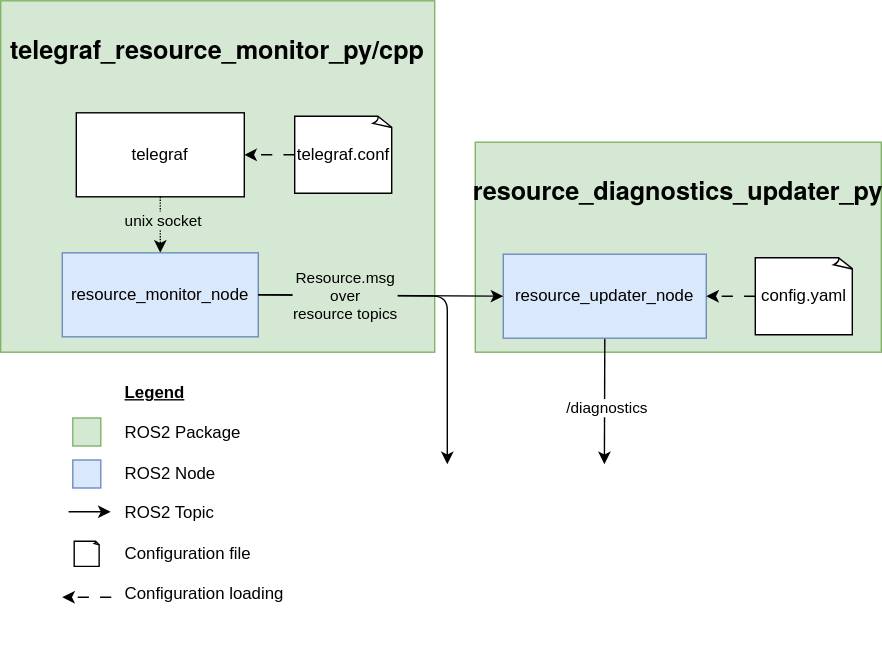
The draw.io diagram docs/images/architecture_diagram.drawio.svg in Bart-van-Ingen/telegraf_resource_monitor, before a commit. Source tidied: cells renumbered, new cells last; positions are measured from the earlier drawing's top-left corner, leaving out a move shared by most shapes. Its diagram source:
```xml
<mxGraphModel>
  <root>
    <mxCell id="0" />
    <mxCell id="1" parent="0" />
    <mxCell id="2" value="&lt;h3 style=&quot;--tw-border-spacing-x: 0; --tw-border-spacing-y: 0; --tw-translate-x: 0; --tw-translate-y: 0; --tw-rotate: 0; --tw-skew-x: 0; --tw-skew-y: 0; --tw-scale-x: 1; --tw-scale-y: 1; --tw-pan-x: ; --tw-pan-y: ; --tw-pinch-zoom: ; --tw-scroll-snap-strictness: proximity; --tw-gradient-from-position: ; --tw-gradient-via-position: ; --tw-gradient-to-position: ; --tw-ordinal: ; --tw-slashed-zero: ; --tw-numeric-figure: ; --tw-numeric-spacing: ; --tw-numeric-fraction: ; --tw-ring-inset: ; --tw-ring-offset-width: 0px; --tw-ring-offset-color: light-dark(#fff, #000000); --tw-ring-color: rgb(59 130 246 / .5); --tw-ring-offset-shadow: 0 0 #0000; --tw-ring-shadow: 0 0 #0000; --tw-shadow: 0 0 #0000; --tw-shadow-colored: 0 0 #0000; --tw-blur: ; --tw-brightness: ; --tw-contrast: ; --tw-grayscale: ; --tw-hue-rotate: ; --tw-invert: ; --tw-saturate: ; --tw-sepia: ; --tw-drop-shadow: ; --tw-backdrop-blur: ; --tw-backdrop-brightness: ; --tw-backdrop-contrast: ; --tw-backdrop-grayscale: ; --tw-backdrop-hue-rotate: ; --tw-backdrop-invert: ; --tw-backdrop-opacity: ; --tw-backdrop-saturate: ; --tw-backdrop-sepia: ; line-height: 1.2; margin-top: 1em; margin-bottom: 16px; color: rgb(0, 0, 0); font-size: 1.5em; font-family: &amp;quot;Helvetica Neue&amp;quot;, Helvetica, &amp;quot;Segoe UI&amp;quot;, Arial, freesans, sans-serif; text-align: start;&quot; id=&quot;telegraf_resource_monitor&quot;&gt;telegraf_resource_monitor_py/cpp&lt;/h3&gt;" style="whiteSpace=wrap;html=1;verticalAlign=top;fillColor=#d5e8d4;strokeColor=#82b366;labelBackgroundColor=none;" parent="1" vertex="1">
      <mxGeometry width="310" height="251" as="geometry" />
    </mxCell>
    <mxCell id="3" style="edgeStyle=none;html=1;dashed=1;dashPattern=1 1;" parent="1" edge="1" source="5" target="6">
      <mxGeometry relative="1" as="geometry" />
    </mxCell>
    <mxCell id="4" value="unix socket" style="edgeLabel;html=1;align=center;verticalAlign=middle;labelBackgroundColor=#D5E8D4;" parent="3" vertex="1">
      <mxGeometry x="-0.42" y="1" relative="1" as="geometry">
        <mxPoint y="4" as="offset" />
      </mxGeometry>
    </mxCell>
    <mxCell id="5" value="telegraf" style="whiteSpace=wrap;html=1;" parent="1" vertex="1">
      <mxGeometry x="54" y="80" width="120" height="60" as="geometry" />
    </mxCell>
    <mxCell id="6" value="resource_monitor_node" style="whiteSpace=wrap;html=1;fillColor=#dae8fc;strokeColor=#6c8ebf;" parent="1" vertex="1">
      <mxGeometry x="44" y="180" width="140" height="60" as="geometry" />
    </mxCell>
    <mxCell id="7" style="edgeStyle=none;html=1;dashed=1;dashPattern=8 8;" parent="1" edge="1" source="8" target="5">
      <mxGeometry relative="1" as="geometry" />
    </mxCell>
    <mxCell id="8" value="telegraf.conf" style="whiteSpace=wrap;html=1;shape=mxgraph.basic.document;" parent="1" vertex="1">
      <mxGeometry x="210" y="82.5" width="70" height="55" as="geometry" />
    </mxCell>
    <mxCell id="9" value="&lt;h3 style=&quot;--tw-border-spacing-x: 0; --tw-border-spacing-y: 0; --tw-translate-x: 0; --tw-translate-y: 0; --tw-rotate: 0; --tw-skew-x: 0; --tw-skew-y: 0; --tw-scale-x: 1; --tw-scale-y: 1; --tw-pan-x: ; --tw-pan-y: ; --tw-pinch-zoom: ; --tw-scroll-snap-strictness: proximity; --tw-gradient-from-position: ; --tw-gradient-via-position: ; --tw-gradient-to-position: ; --tw-ordinal: ; --tw-slashed-zero: ; --tw-numeric-figure: ; --tw-numeric-spacing: ; --tw-numeric-fraction: ; --tw-ring-inset: ; --tw-ring-offset-width: 0px; --tw-ring-offset-color: light-dark(#fff, #000000); --tw-ring-color: rgb(59 130 246 / .5); --tw-ring-offset-shadow: 0 0 #0000; --tw-ring-shadow: 0 0 #0000; --tw-shadow: 0 0 #0000; --tw-shadow-colored: 0 0 #0000; --tw-blur: ; --tw-brightness: ; --tw-contrast: ; --tw-grayscale: ; --tw-hue-rotate: ; --tw-invert: ; --tw-saturate: ; --tw-sepia: ; --tw-drop-shadow: ; --tw-backdrop-blur: ; --tw-backdrop-brightness: ; --tw-backdrop-contrast: ; --tw-backdrop-grayscale: ; --tw-backdrop-hue-rotate: ; --tw-backdrop-invert: ; --tw-backdrop-opacity: ; --tw-backdrop-saturate: ; --tw-backdrop-sepia: ; line-height: 1.2; margin-top: 1em; margin-bottom: 16px; color: rgb(0, 0, 0); font-size: 1.5em; font-family: &amp;quot;Helvetica Neue&amp;quot;, Helvetica, &amp;quot;Segoe UI&amp;quot;, Arial, freesans, sans-serif; text-align: start;&quot; id=&quot;telegraf_resource_monitor&quot;&gt;resource_diagnostics_updater&lt;/h3&gt;" style="whiteSpace=wrap;html=1;verticalAlign=top;fillColor=#d5e8d4;strokeColor=#82b366;labelBackgroundColor=none;" parent="1" vertex="1">
      <mxGeometry x="339" y="101" width="290" height="150" as="geometry" />
    </mxCell>
    <mxCell id="10" style="edgeStyle=none;html=1;exitX=0.5;exitY=1;exitDx=0;exitDy=0;" parent="1" edge="1" source="12">
      <mxGeometry relative="1" as="geometry">
        <mxPoint x="431.2" y="331" as="targetPoint" />
      </mxGeometry>
    </mxCell>
    <mxCell id="11" value="/diagnostics" style="edgeLabel;html=1;align=center;verticalAlign=middle;" parent="10" vertex="1">
      <mxGeometry x="0.1" y="1" relative="1" as="geometry" />
    </mxCell>
    <mxCell id="12" value="resource_updater_node" style="whiteSpace=wrap;html=1;fillColor=#dae8fc;strokeColor=#6c8ebf;" parent="1" vertex="1">
      <mxGeometry x="359" y="181" width="145" height="60" as="geometry" />
    </mxCell>
    <mxCell id="13" style="edgeStyle=none;html=1;dashed=1;dashPattern=8 8;" parent="1" edge="1" source="14" target="12">
      <mxGeometry relative="1" as="geometry" />
    </mxCell>
    <mxCell id="14" value="config.yaml" style="whiteSpace=wrap;html=1;shape=mxgraph.basic.document;" parent="1" vertex="1">
      <mxGeometry x="539" y="183.5" width="70" height="55" as="geometry" />
    </mxCell>
    <mxCell id="15" style="edgeStyle=none;html=1;exitX=1;exitY=0.5;exitDx=0;exitDy=0;entryX=0;entryY=0.5;entryDx=0;entryDy=0;" parent="1" edge="1" source="6" target="12">
      <mxGeometry relative="1" as="geometry" />
    </mxCell>
    <mxCell id="16" style="edgeStyle=none;html=1;exitX=1;exitY=0.5;exitDx=0;exitDy=0;" parent="1" edge="1" source="6">
      <mxGeometry relative="1" as="geometry">
        <mxPoint x="319" y="331" as="targetPoint" />
        <Array as="points">
          <mxPoint x="319" y="211" />
        </Array>
      </mxGeometry>
    </mxCell>
    <mxCell id="17" value="Resource.msg&amp;nbsp;&lt;div&gt;over&amp;nbsp;&lt;div&gt;resource topics&lt;/div&gt;&lt;/div&gt;" style="edgeLabel;html=1;align=center;verticalAlign=middle;labelBackgroundColor=#D5E8D4;" parent="16" vertex="1">
      <mxGeometry x="0.6" y="1" relative="1" as="geometry">
        <mxPoint x="-75" y="-68" as="offset" />
      </mxGeometry>
    </mxCell>
    <mxCell id="18" value="&lt;b&gt;&lt;u&gt;Legend&lt;/u&gt;&lt;/b&gt;&lt;div&gt;&lt;b&gt;&lt;u&gt;&lt;br&gt;&lt;/u&gt;&lt;/b&gt;&lt;/div&gt;&lt;div&gt;ROS2 Package&lt;/div&gt;&lt;div&gt;&lt;br&gt;&lt;/div&gt;&lt;div&gt;ROS2 Node&lt;/div&gt;&lt;div&gt;&lt;br&gt;&lt;/div&gt;&lt;div&gt;ROS2 Topic&lt;/div&gt;&lt;div&gt;&lt;br&gt;&lt;/div&gt;&lt;div&gt;Configuration file&lt;/div&gt;&lt;div&gt;&lt;br&gt;&lt;/div&gt;&lt;div&gt;Configuration loading&lt;/div&gt;&lt;div&gt;&lt;br&gt;&lt;/div&gt;&lt;div&gt;&lt;br&gt;&lt;/div&gt;" style="text;html=1;align=left;verticalAlign=middle;strokeColor=none;fillColor=none;" parent="1" vertex="1">
      <mxGeometry x="86.5" y="266" width="140" height="200" as="geometry" />
    </mxCell>
    <mxCell id="19" style="whiteSpace=wrap;html=1;fillColor=#dae8fc;strokeColor=#6c8ebf;" parent="1" vertex="1">
      <mxGeometry x="51.5" y="328" width="20" height="20" as="geometry" />
    </mxCell>
    <mxCell id="20" style="edgeStyle=none;orthogonalLoop=1;jettySize=auto;html=1;" parent="1" edge="1">
      <mxGeometry relative="1" as="geometry">
        <mxPoint x="48.5" y="365" as="sourcePoint" />
        <mxPoint x="78.5" y="365" as="targetPoint" />
      </mxGeometry>
    </mxCell>
    <mxCell id="21" style="whiteSpace=wrap;html=1;shape=mxgraph.basic.document;" parent="1" vertex="1">
      <mxGeometry x="52.5" y="386" width="18" height="18" as="geometry" />
    </mxCell>
    <mxCell id="22" style="edgeStyle=none;html=1;dashed=1;dashPattern=8 8;" parent="1" edge="1">
      <mxGeometry relative="1" as="geometry">
        <mxPoint x="79" y="426" as="sourcePoint" />
        <mxPoint x="44" y="426" as="targetPoint" />
      </mxGeometry>
    </mxCell>
    <mxCell id="23" style="whiteSpace=wrap;html=1;fillColor=#d5e8d4;strokeColor=#82b366;" parent="1" vertex="1">
      <mxGeometry x="51.5" y="298" width="20" height="20" as="geometry" />
    </mxCell>
  </root>
</mxGraphModel>
```
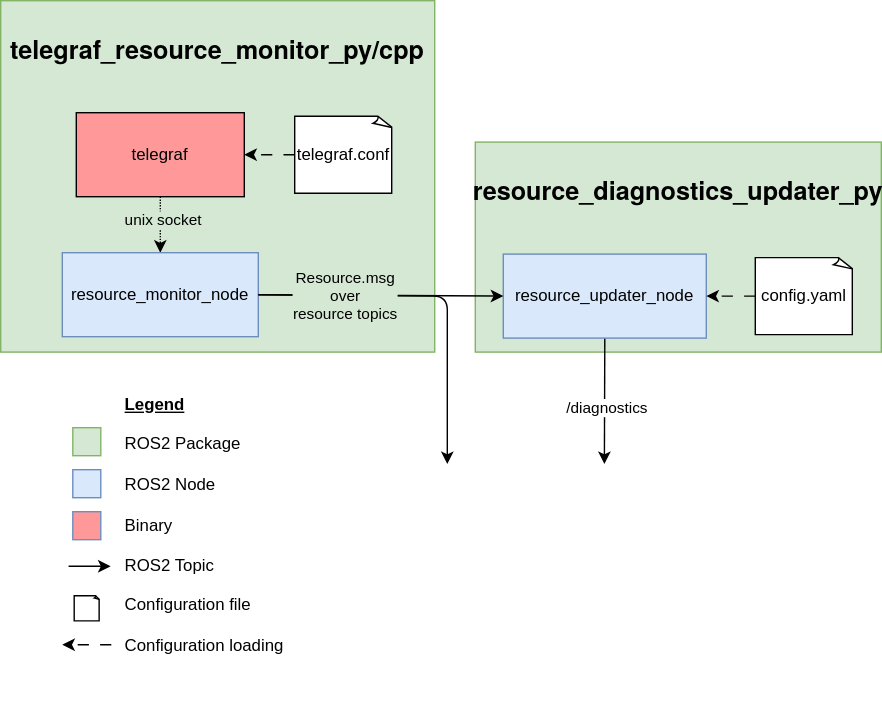
The same diagram one commit later.

What changed in the source:
```diff
@@ -13,7 +13,7 @@
         <mxPoint y="4" as="offset" />
       </mxGeometry>
     </mxCell>
-    <mxCell id="5" value="telegraf" style="whiteSpace=wrap;html=1;" parent="1" vertex="1">
+    <mxCell id="5" value="telegraf" style="whiteSpace=wrap;html=1;fillColor=#FF9999;" parent="1" vertex="1">
       <mxGeometry x="54" y="80" width="120" height="60" as="geometry" />
     </mxCell>
     <mxCell id="6" value="resource_monitor_node" style="whiteSpace=wrap;html=1;fillColor=#dae8fc;strokeColor=#6c8ebf;" parent="1" vertex="1">
@@ -61,29 +61,32 @@
         <mxPoint x="-75" y="-68" as="offset" />
       </mxGeometry>
     </mxCell>
-    <mxCell id="18" value="&lt;b&gt;&lt;u&gt;Legend&lt;/u&gt;&lt;/b&gt;&lt;div&gt;&lt;b&gt;&lt;u&gt;&lt;br&gt;&lt;/u&gt;&lt;/b&gt;&lt;/div&gt;&lt;div&gt;ROS2 Package&lt;/div&gt;&lt;div&gt;&lt;br&gt;&lt;/div&gt;&lt;div&gt;ROS2 Node&lt;/div&gt;&lt;div&gt;&lt;br&gt;&lt;/div&gt;&lt;div&gt;ROS2 Topic&lt;/div&gt;&lt;div&gt;&lt;br&gt;&lt;/div&gt;&lt;div&gt;Configuration file&lt;/div&gt;&lt;div&gt;&lt;br&gt;&lt;/div&gt;&lt;div&gt;Configuration loading&lt;/div&gt;&lt;div&gt;&lt;br&gt;&lt;/div&gt;&lt;div&gt;&lt;br&gt;&lt;/div&gt;" style="text;html=1;align=left;verticalAlign=middle;strokeColor=none;fillColor=none;" parent="1" vertex="1">
-      <mxGeometry x="86.5" y="266" width="140" height="200" as="geometry" />
+    <mxCell id="18" value="&lt;b&gt;&lt;u&gt;Legend&lt;/u&gt;&lt;/b&gt;&lt;div&gt;&lt;b&gt;&lt;u&gt;&lt;br&gt;&lt;/u&gt;&lt;/b&gt;&lt;/div&gt;&lt;div&gt;ROS2 Package&lt;/div&gt;&lt;div&gt;&lt;br&gt;&lt;/div&gt;&lt;div&gt;ROS2 Node&lt;/div&gt;&lt;div&gt;&lt;br&gt;&lt;/div&gt;&lt;div&gt;Binary&lt;/div&gt;&lt;div&gt;&lt;br&gt;&lt;/div&gt;&lt;div&gt;ROS2 Topic&lt;/div&gt;&lt;div&gt;&lt;br&gt;&lt;/div&gt;&lt;div&gt;Configuration file&lt;/div&gt;&lt;div&gt;&lt;br&gt;&lt;/div&gt;&lt;div&gt;Configuration loading&lt;/div&gt;&lt;div&gt;&lt;br&gt;&lt;/div&gt;&lt;div&gt;&lt;br&gt;&lt;/div&gt;" style="text;html=1;align=left;verticalAlign=middle;strokeColor=none;fillColor=none;" parent="1" vertex="1">
+      <mxGeometry x="86.5" y="274" width="140" height="230" as="geometry" />
     </mxCell>
     <mxCell id="19" style="whiteSpace=wrap;html=1;fillColor=#dae8fc;strokeColor=#6c8ebf;" parent="1" vertex="1">
-      <mxGeometry x="51.5" y="328" width="20" height="20" as="geometry" />
+      <mxGeometry x="51.5" y="335" width="20" height="20" as="geometry" />
     </mxCell>
     <mxCell id="20" style="edgeStyle=none;orthogonalLoop=1;jettySize=auto;html=1;" parent="1" edge="1">
       <mxGeometry relative="1" as="geometry">
-        <mxPoint x="48.5" y="365" as="sourcePoint" />
-        <mxPoint x="78.5" y="365" as="targetPoint" />
+        <mxPoint x="48.5" y="404" as="sourcePoint" />
+        <mxPoint x="78.5" y="404" as="targetPoint" />
       </mxGeometry>
     </mxCell>
     <mxCell id="21" style="whiteSpace=wrap;html=1;shape=mxgraph.basic.document;" parent="1" vertex="1">
-      <mxGeometry x="52.5" y="386" width="18" height="18" as="geometry" />
+      <mxGeometry x="52.5" y="425" width="18" height="18" as="geometry" />
     </mxCell>
     <mxCell id="22" style="edgeStyle=none;html=1;dashed=1;dashPattern=8 8;" parent="1" edge="1">
       <mxGeometry relative="1" as="geometry">
-        <mxPoint x="79" y="426" as="sourcePoint" />
-        <mxPoint x="44" y="426" as="targetPoint" />
+        <mxPoint x="79" y="460" as="sourcePoint" />
+        <mxPoint x="44" y="460" as="targetPoint" />
       </mxGeometry>
     </mxCell>
     <mxCell id="23" style="whiteSpace=wrap;html=1;fillColor=#d5e8d4;strokeColor=#82b366;" parent="1" vertex="1">
-      <mxGeometry x="51.5" y="298" width="20" height="20" as="geometry" />
+      <mxGeometry x="51.5" y="305" width="20" height="20" as="geometry" />
     </mxCell>
+    <mxCell id="24" style="whiteSpace=wrap;html=1;fillColor=#FF9999;strokeColor=#6c8ebf;" parent="1" vertex="1">
+      <mxGeometry x="51.5" y="365" width="20" height="20" as="geometry" />
+    </mxCell>
   </root>
 </mxGraphModel>
```
